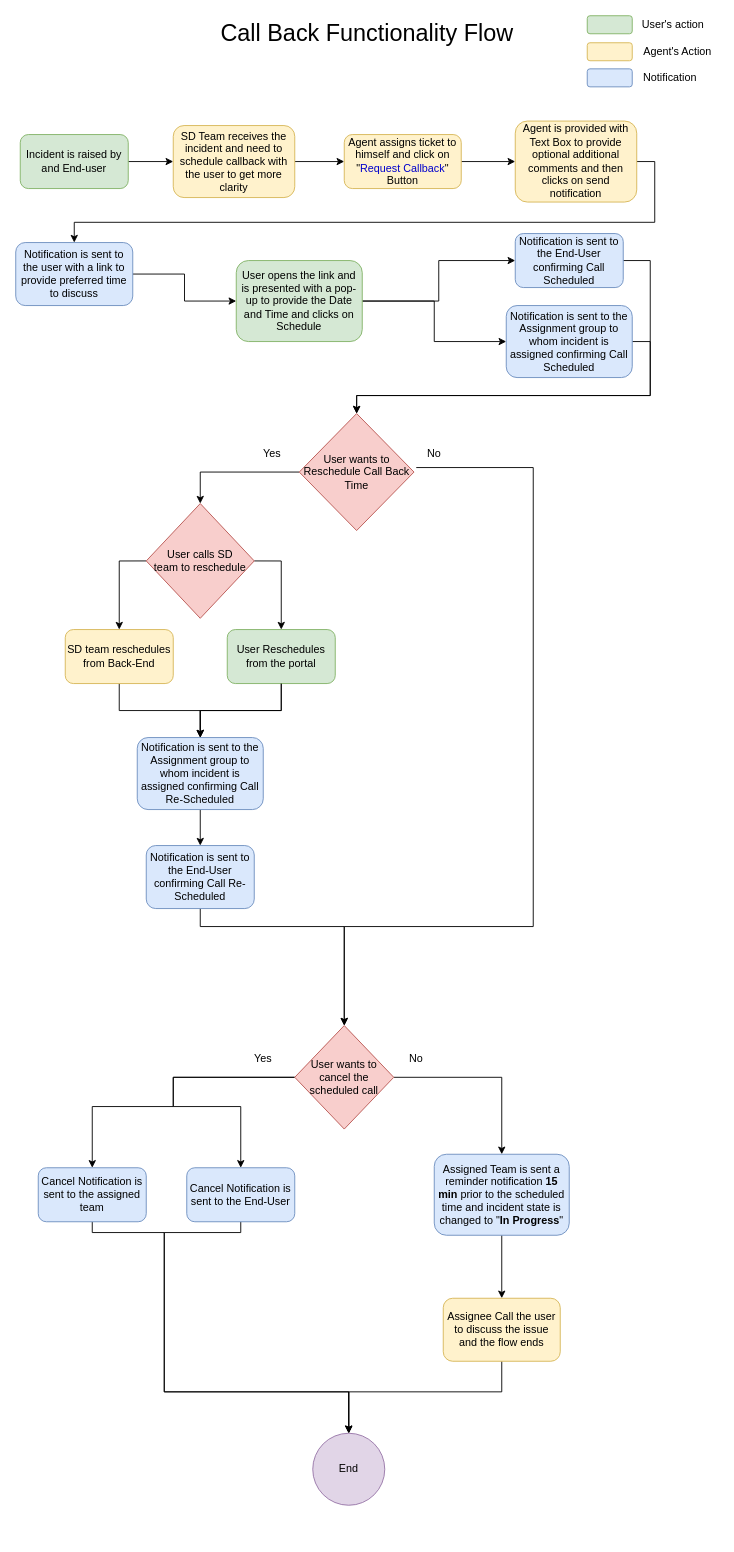
The draw.io diagram Untitled Diagram.drawio in sunjyot1993/Call-Back-Flow, before the edit. Source tidied: cells renumbered, new cells numbered last; positions are measured from the earlier drawing's top-left corner, leaving out a move shared by most shapes. Both pictures are drawn from the tidied source at 90%, with x=0, y=0 at pixel (15, 15).
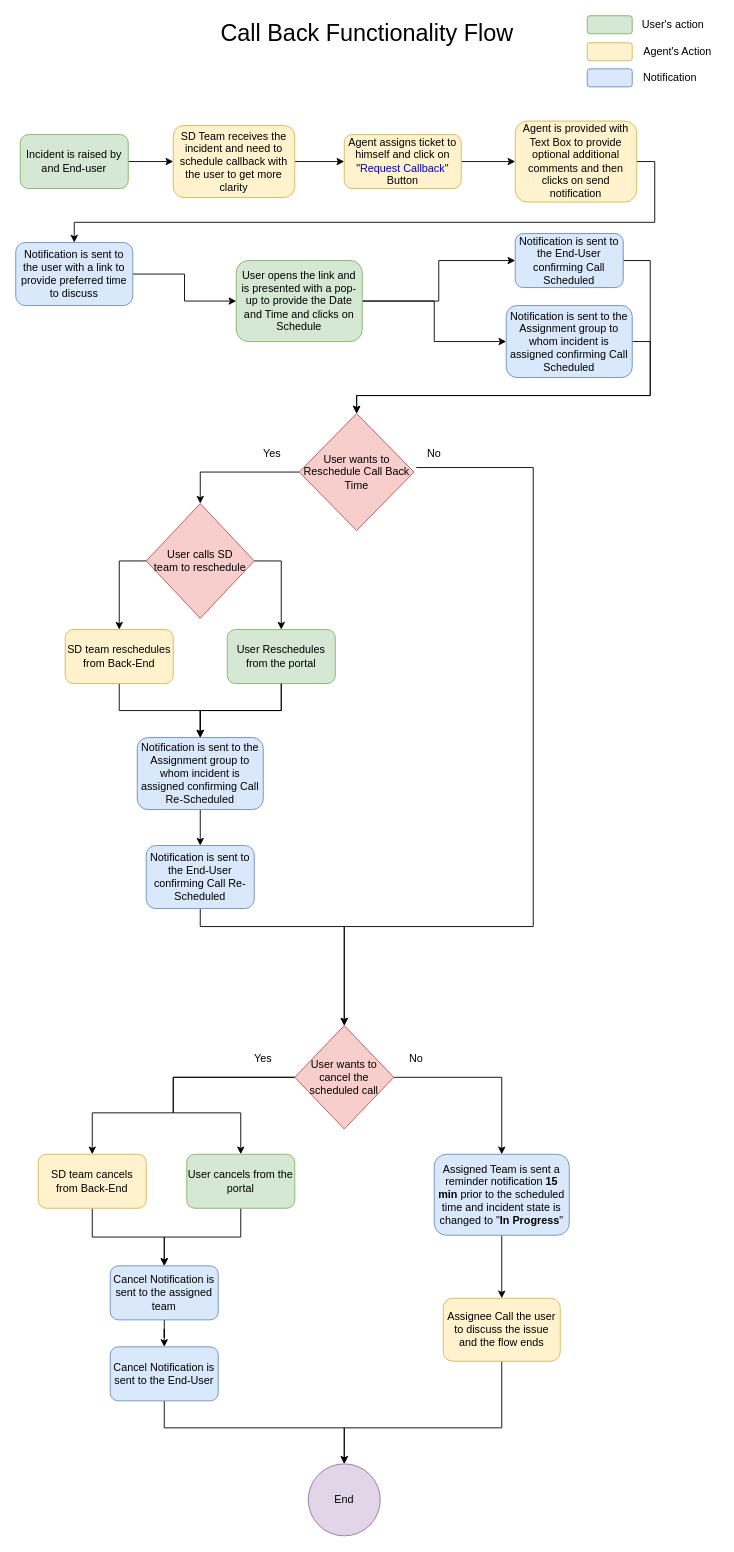
The same diagram, later.

Unchanged cells that the change refers to:
```xml
<mxCell id="25" value="Assignee Call the user to discuss the issue and the flow ends" style="rounded=1;whiteSpace=wrap;html=1;fillColor=#fff2cc;strokeColor=#d6b656;" parent="1" vertex="1">
  <mxGeometry x="475" y="1425" width="130" height="70" as="geometry" />
</mxCell>
<mxCell id="44" value="User wants to cancel the scheduled call" style="rhombus;whiteSpace=wrap;html=1;fillColor=#f8cecc;strokeColor=#b85450;" parent="1" vertex="1">
  <mxGeometry x="310" y="1122" width="110" height="115" as="geometry" />
</mxCell>
```

What changed in the source:
```diff
@@
     <mxCell id="23" value="End" style="ellipse;whiteSpace=wrap;html=1;fillColor=#e1d5e7;strokeColor=#9673a6;" parent="1" vertex="1">
-      <mxGeometry x="330" y="1575" width="80" height="80" as="geometry" />
+      <mxGeometry x="325" y="1609" width="80" height="80" as="geometry" />
     </mxCell>
     <mxCell id="24" style="edgeStyle=orthogonalEdgeStyle;rounded=0;jettySize=auto;html=1;exitX=0.5;exitY=1;exitDx=0;exitDy=0;entryX=0.5;entryY=0;entryDx=0;entryDy=0;" parent="1" edge="1" source="25" target="23">
       <mxGeometry relative="1" as="geometry">
         <Array as="points">
-          <mxPoint x="540" y="1529" />
-          <mxPoint x="370" y="1529" />
+          <mxPoint x="540" y="1569" />
+          <mxPoint x="365" y="1569" />
         </Array>
       </mxGeometry>
     </mxCell>
@@
-    <mxCell id="42" style="edgeStyle=orthogonalEdgeStyle;rounded=0;jettySize=auto;html=1;exitX=0;exitY=0.5;exitDx=0;exitDy=0;entryX=0.5;entryY=0;entryDx=0;entryDy=0;" parent="1" edge="1" source="44" target="48">
-      <mxGeometry relative="1" as="geometry">
-        <Array as="points">
-          <mxPoint x="175" y="1180" />
-          <mxPoint x="175" y="1212" />
-          <mxPoint x="250" y="1212" />
-        </Array>
-      </mxGeometry>
-    </mxCell>
-    <mxCell id="43" style="edgeStyle=orthogonalEdgeStyle;rounded=0;jettySize=auto;html=1;exitX=0;exitY=0.5;exitDx=0;exitDy=0;entryX=0.5;entryY=0;entryDx=0;entryDy=0;" parent="1" edge="1" source="44" target="46">
-      <mxGeometry relative="1" as="geometry">
-        <Array as="points">
-          <mxPoint x="175" y="1180" />
-          <mxPoint x="175" y="1212" />
-          <mxPoint x="85" y="1212" />
-        </Array>
-      </mxGeometry>
-    </mxCell>
+    <mxCell id="58" style="edgeStyle=orthogonalEdgeStyle;rounded=0;jettySize=auto;html=1;exitX=0;exitY=0.5;exitDx=0;exitDy=0;entryX=0.5;entryY=0;entryDx=0;entryDy=0;" parent="1" edge="1" source="44" target="62">
+      <mxGeometry relative="1" as="geometry">
+        <Array as="points">
+          <mxPoint x="175" y="1180" />
+          <mxPoint x="175" y="1219" />
+          <mxPoint x="85" y="1219" />
+        </Array>
+      </mxGeometry>
+    </mxCell>
+    <mxCell id="59" style="edgeStyle=orthogonalEdgeStyle;rounded=0;jettySize=auto;html=1;exitX=0;exitY=0.5;exitDx=0;exitDy=0;entryX=0.5;entryY=0;entryDx=0;entryDy=0;" parent="1" edge="1" source="44" target="64">
+      <mxGeometry relative="1" as="geometry">
+        <Array as="points">
+          <mxPoint x="175" y="1180" />
+          <mxPoint x="175" y="1219" />
+          <mxPoint x="250" y="1219" />
+        </Array>
+      </mxGeometry>
+    </mxCell>
@@
-    <mxCell id="45" style="edgeStyle=orthogonalEdgeStyle;rounded=0;jettySize=auto;html=1;exitX=0.5;exitY=1;exitDx=0;exitDy=0;entryX=0.5;entryY=0;entryDx=0;entryDy=0;" parent="1" edge="1" source="46" target="23">
-      <mxGeometry relative="1" as="geometry">
-        <Array as="points">
-          <mxPoint x="85" y="1352" />
-          <mxPoint x="165" y="1352" />
-          <mxPoint x="165" y="1529" />
-          <mxPoint x="370" y="1529" />
-        </Array>
-      </mxGeometry>
-    </mxCell>
+    <mxCell id="60" style="edgeStyle=orthogonalEdgeStyle;rounded=0;jettySize=auto;html=1;" parent="1" edge="1" source="46" target="48">
+      <mxGeometry relative="1" as="geometry" />
+    </mxCell>
     <mxCell id="46" value="Cancel Notification is sent to the assigned team" style="rounded=1;whiteSpace=wrap;html=1;fillColor=#dae8fc;strokeColor=#6c8ebf;" parent="1" vertex="1">
-      <mxGeometry x="25" y="1280" width="120" height="60" as="geometry" />
+      <mxGeometry x="105" y="1389" width="120" height="60" as="geometry" />
     </mxCell>
     <mxCell id="47" style="edgeStyle=orthogonalEdgeStyle;rounded=0;jettySize=auto;html=1;exitX=0.5;exitY=1;exitDx=0;exitDy=0;entryX=0.5;entryY=0;entryDx=0;entryDy=0;" parent="1" edge="1" source="48" target="23">
       <mxGeometry relative="1" as="geometry">
         <Array as="points">
-          <mxPoint x="250" y="1352" />
-          <mxPoint x="165" y="1352" />
-          <mxPoint x="165" y="1529" />
-          <mxPoint x="370" y="1529" />
+          <mxPoint x="165" y="1569" />
+          <mxPoint x="365" y="1569" />
         </Array>
       </mxGeometry>
     </mxCell>
     <mxCell id="48" value="Cancel Notification is sent to the End-User" style="rounded=1;whiteSpace=wrap;html=1;fillColor=#dae8fc;strokeColor=#6c8ebf;" parent="1" vertex="1">
-      <mxGeometry x="190" y="1280" width="120" height="60" as="geometry" />
+      <mxGeometry x="105" y="1479" width="120" height="60" as="geometry" />
     </mxCell>
@@
+    <mxCell id="61" style="edgeStyle=orthogonalEdgeStyle;rounded=0;jettySize=auto;html=1;exitX=0.5;exitY=1;exitDx=0;exitDy=0;entryX=0.5;entryY=0;entryDx=0;entryDy=0;" parent="1" edge="1" source="62" target="46">
+      <mxGeometry relative="1" as="geometry" />
+    </mxCell>
+    <mxCell id="62" value="SD team cancels from Back-End" style="rounded=1;whiteSpace=wrap;html=1;fillColor=#fff2cc;strokeColor=#d6b656;" parent="1" vertex="1">
+      <mxGeometry x="25" y="1265" width="120" height="60" as="geometry" />
+    </mxCell>
+    <mxCell id="63" style="edgeStyle=orthogonalEdgeStyle;rounded=0;jettySize=auto;html=1;exitX=0.5;exitY=1;exitDx=0;exitDy=0;entryX=0.5;entryY=0;entryDx=0;entryDy=0;" parent="1" edge="1" source="64" target="46">
+      <mxGeometry relative="1" as="geometry" />
+    </mxCell>
+    <mxCell id="64" value="User cancels from the portal" style="rounded=1;whiteSpace=wrap;html=1;fillColor=#d5e8d4;strokeColor=#82b366;" parent="1" vertex="1">
+      <mxGeometry x="190" y="1265" width="120" height="60" as="geometry" />
+    </mxCell>
```
